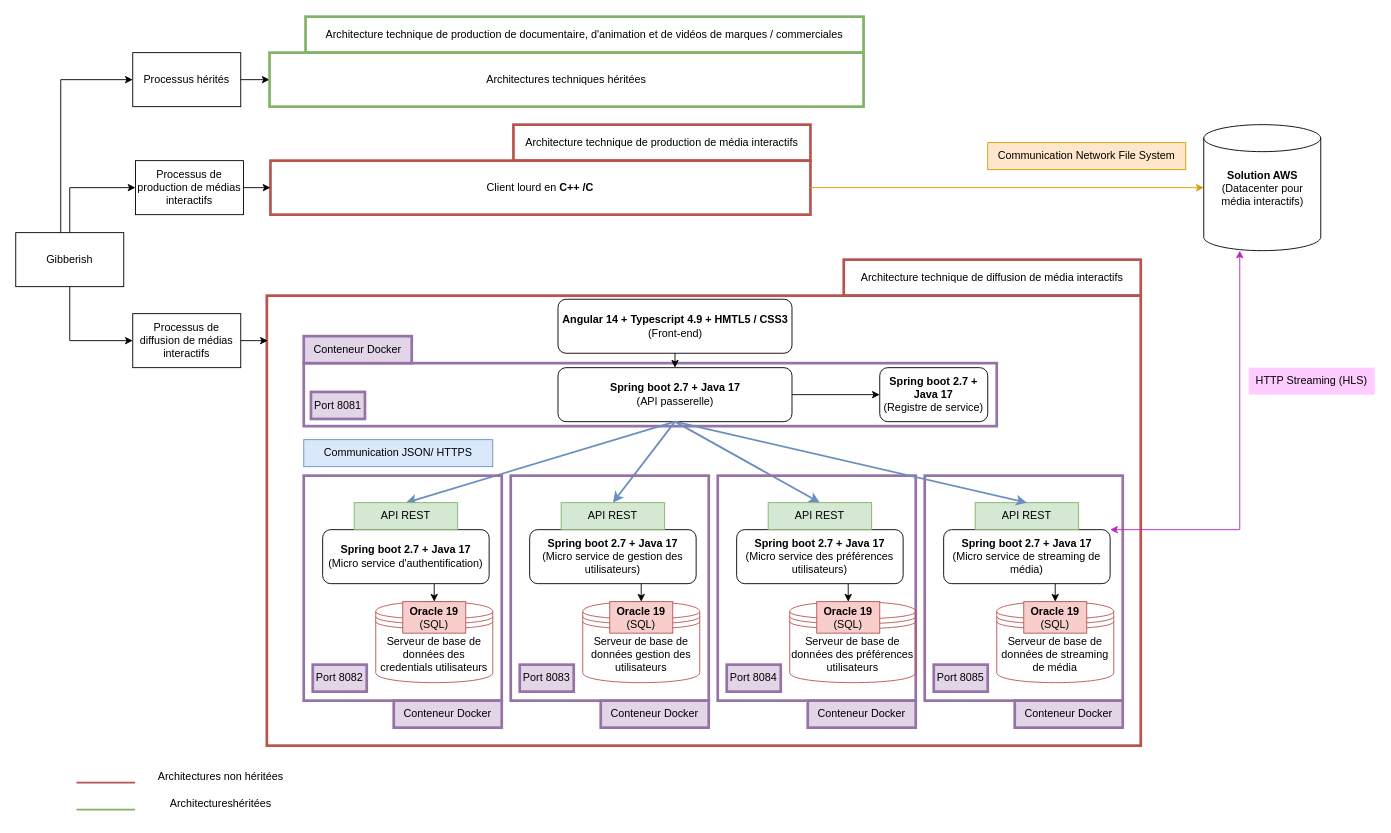
cjour/audit_logistics keeps this draw.io diagram as GibberiashTargetTechniqueArchitecture.drawio. Above is the earlier version. Source tidied: cells renumbered, new cells numbered last; positions are measured from the earlier drawing's top-left corner, leaving out a move shared by most shapes. Both pictures are drawn from the tidied source at 90%, with x=0, y=0 at pixel (15, 16).
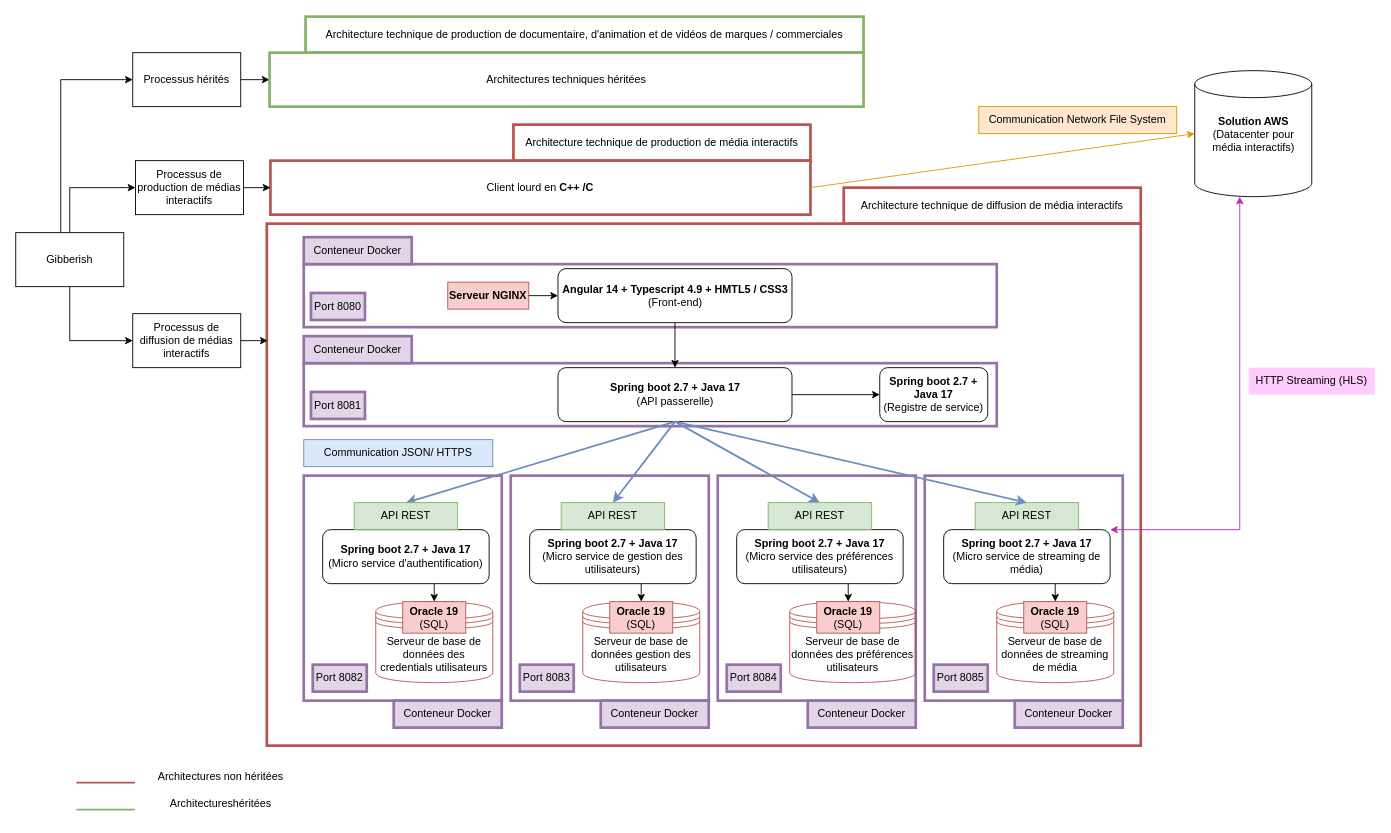
Above is the later version.

Commit message:
Mettre à jour GibberiashTargetTechniqueArchitecture.drawio

Unchanged cells that the change refers to:
```xml
<mxCell id="6" value="&lt;div&gt;&lt;b&gt;Spring boot 2.7 + Java 17&lt;br&gt;&lt;/b&gt;(Micro service de streaming de média)&lt;/div&gt;" style="rounded=1;whiteSpace=wrap;html=1;" parent="4" vertex="1">
  <mxGeometry x="21" y="60" width="185" height="60" as="geometry" />
</mxCell>
```

The edit, as a diff of the source:
```diff
@@
+    <mxCell id="79" style="rounded=0;whiteSpace=wrap;html=1;strokeWidth=3;fillColor=none;strokeColor=#9673a6;" parent="1" vertex="1">
+      <mxGeometry x="320" y="275" width="770" height="70" as="geometry" />
+    </mxCell>
+    <mxCell id="3" style="rounded=0;whiteSpace=wrap;html=1;fillColor=none;strokeColor=#b85450;strokeWidth=3;" parent="1" vertex="1">
+      <mxGeometry x="279" y="230" width="971" height="580" as="geometry" />
+    </mxCell>
@@
-    <mxCell id="3" style="rounded=0;whiteSpace=wrap;html=1;fillColor=none;strokeColor=#b85450;strokeWidth=3;" parent="1" vertex="1">
-      <mxGeometry x="279" y="310" width="971" height="500" as="geometry" />
-    </mxCell>
@@
     <mxCell id="23" value="&lt;div&gt;&lt;b&gt;Angular 14 + Typescript 4.9 + HMTL5 / CSS3&lt;/b&gt;&lt;/div&gt;&lt;div&gt;(Front-end)&lt;b&gt;&lt;br&gt;&lt;/b&gt;&lt;/div&gt; " style="rounded=1;whiteSpace=wrap;html=1;" parent="1" vertex="1">
-      <mxGeometry x="602.5" y="314" width="260" height="60" as="geometry" />
+      <mxGeometry x="602.5" y="280" width="260" height="60" as="geometry" />
     </mxCell>
@@
     <mxCell id="66" value="Architecture technique de diffusion de média interactifs" style="rounded=0;whiteSpace=wrap;html=1;strokeWidth=3;fillColor=none;strokeColor=#b85450;" parent="1" vertex="1">
-      <mxGeometry x="920" y="270" width="330" height="40" as="geometry" />
+      <mxGeometry x="920" y="190" width="330" height="40" as="geometry" />
     </mxCell>
     <mxCell id="67" style="group;" parent="1" vertex="1">
-      <mxGeometry x="1320" y="120" width="160" height="140" as="geometry" />
+      <mxGeometry x="1310" y="60" width="160" height="140" as="geometry" />
     </mxCell>
@@
     <mxCell id="71" style="endArrow=classic;html=1;rounded=0;strokeWidth=1;exitX=1;exitY=0;exitDx=0;exitDy=0;startArrow=classic;startFill=1;strokeColor=#BA25BA;" parent="1" edge="1" source="6">
       <mxGeometry relative="1" as="geometry">
-        <mxPoint x="1360" y="260" as="targetPoint" />
+        <mxPoint x="1360" y="200" as="targetPoint" />
         <Array as="points">
           <mxPoint x="1360" y="570" />
         </Array>
       </mxGeometry>
     </mxCell>
@@
     <mxCell id="73" value="Communication Network File System" style="text;html=1;strokeColor=#d79b00;fillColor=#ffe6cc;align=center;verticalAlign=middle;whiteSpace=wrap;rounded=0;" parent="1" vertex="1">
-      <mxGeometry x="1080" y="140" width="220" height="30" as="geometry" />
+      <mxGeometry x="1070" y="100" width="220" height="30" as="geometry" />
     </mxCell>
@@
+    <mxCell id="80" value="Conteneur Docker" style="rounded=0;whiteSpace=wrap;html=1;strokeWidth=3;fillColor=#e1d5e7;strokeColor=#9673a6;" parent="1" vertex="1">
+      <mxGeometry x="320" y="245" width="120" height="30" as="geometry" />
+    </mxCell>
+    <mxCell id="81" value="Port 8080" style="rounded=0;whiteSpace=wrap;html=1;strokeWidth=3;fillColor=#e1d5e7;strokeColor=#9673a6;" parent="1" vertex="1">
+      <mxGeometry x="328" y="307" width="60" height="30" as="geometry" />
+    </mxCell>
+    <mxCell id="82" value="&lt;b&gt;Serveur NGINX&lt;/b&gt;" style="rounded=0;whiteSpace=wrap;html=1;fillColor=#f8cecc;strokeColor=#b85450;" parent="1" vertex="1">
+      <mxGeometry x="480" y="295" width="90" height="30" as="geometry" />
+    </mxCell>
+    <mxCell id="83" style="endArrow=classic;html=1;rounded=0;exitX=1;exitY=0.5;exitDx=0;exitDy=0;" parent="1" edge="1" source="82" target="23">
+      <mxGeometry relative="1" as="geometry" />
+    </mxCell>
```
